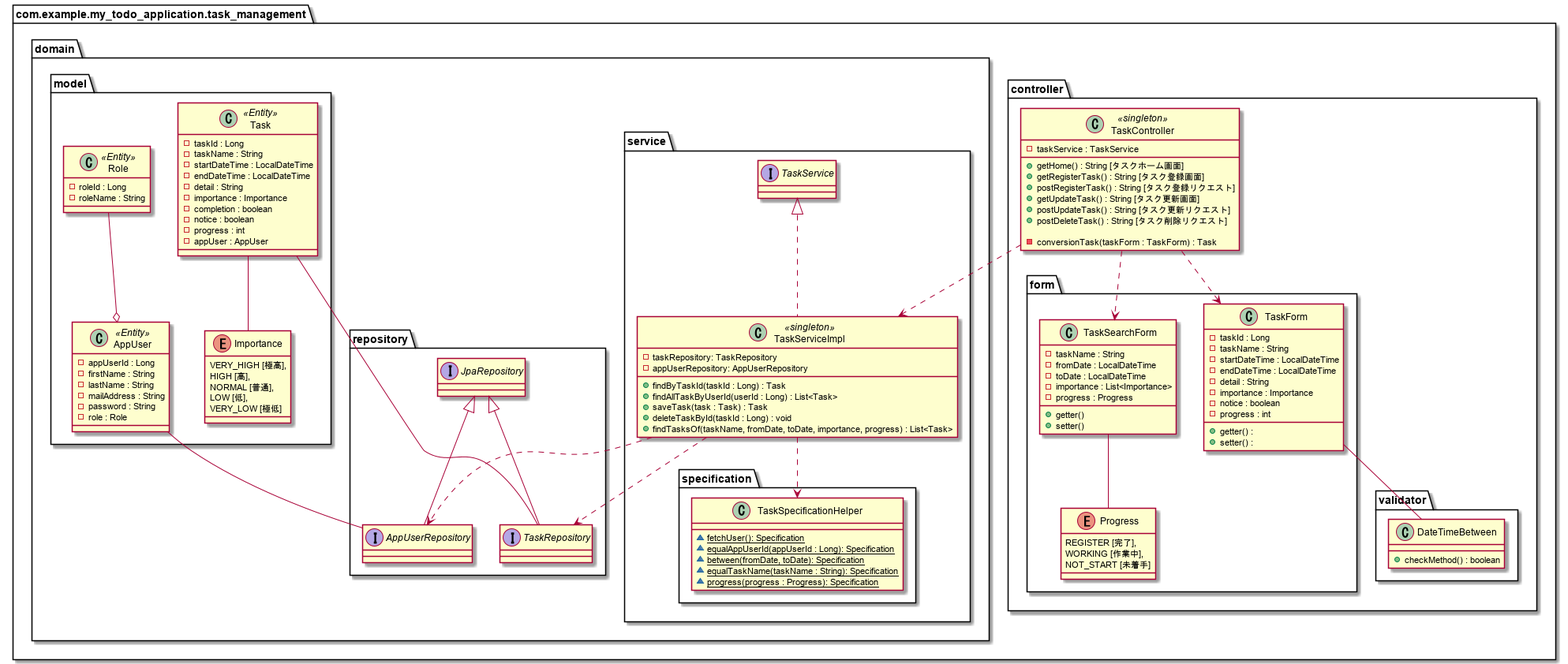
Before: plantuml/task_relation_class.png, a diagram exported from PlantUML (yasusi-1234/my_todo_application).
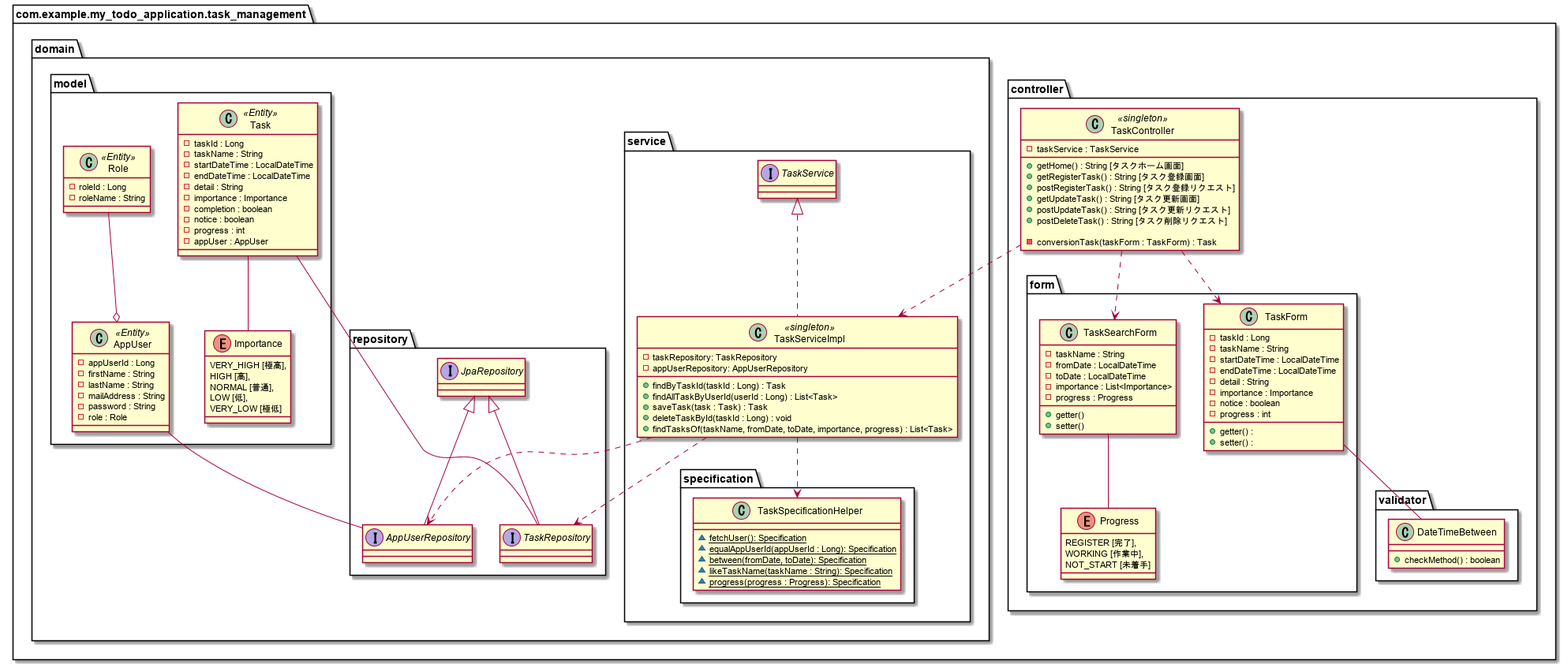
Above is the later version.

Commit message:
TaskSpecificationHelperのメソッドequalTaskNameの名前を正しい名前のlikeTaskNameに修正

Diff of the diagram source:
```diff
@@ -76,7 +76,7 @@
                     ~ {static} fetchUser(): Specification
                     ~ {static} equalAppUserId(appUserId : Long): Specification
                     ~ {static} between(fromDate, toDate): Specification
-                    ~ {static} equalTaskName(taskName : String): Specification
+                    ~ {static} likeTaskName(taskName : String): Specification
                     ~ {static} progress(progress : Progress): Specification
                 }
             }
```
